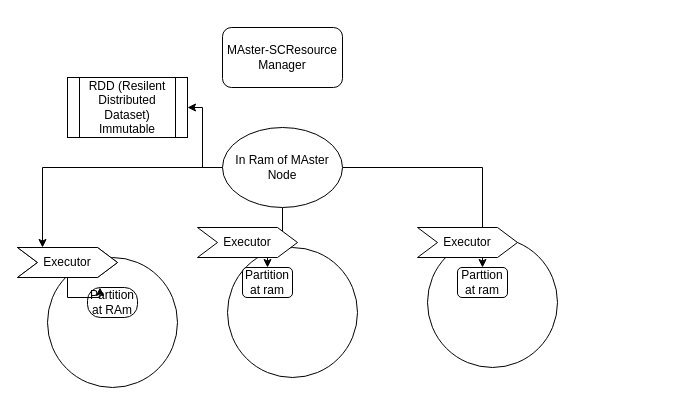
Earlier version of the draw.io diagram Spark.drawio (anantwag19/Workspace). Source tidied: cells renumbered, new cells numbered last; positions are measured from the earlier drawing's top-left corner, leaving out a move shared by most shapes. Both pictures are drawn from the tidied source at 100%, with x=0, y=0 at pixel (17, 27).
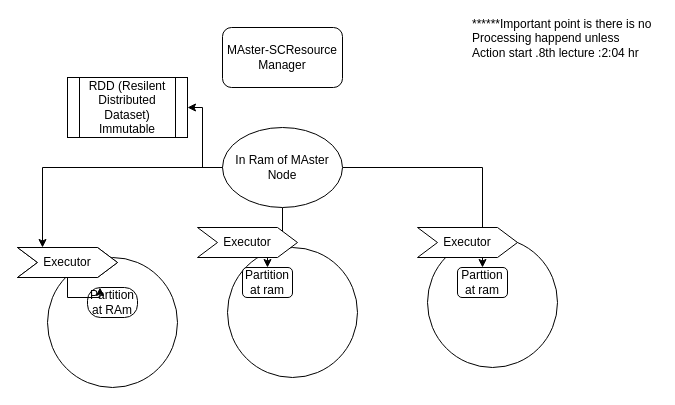
The same page after the edit.

What changed in the source:
```diff
@@
+    <mxCell id="20" value="******Important point is there is no Processing happend unless Action start .8th lecture :2:04 hr" style="text;html=1;strokeColor=none;fillColor=none;spacing=5;spacingTop=-20;whiteSpace=wrap;overflow=hidden;rounded=0;" parent="1" vertex="1">
+      <mxGeometry x="450" width="190" height="120" as="geometry" />
+    </mxCell>
```
